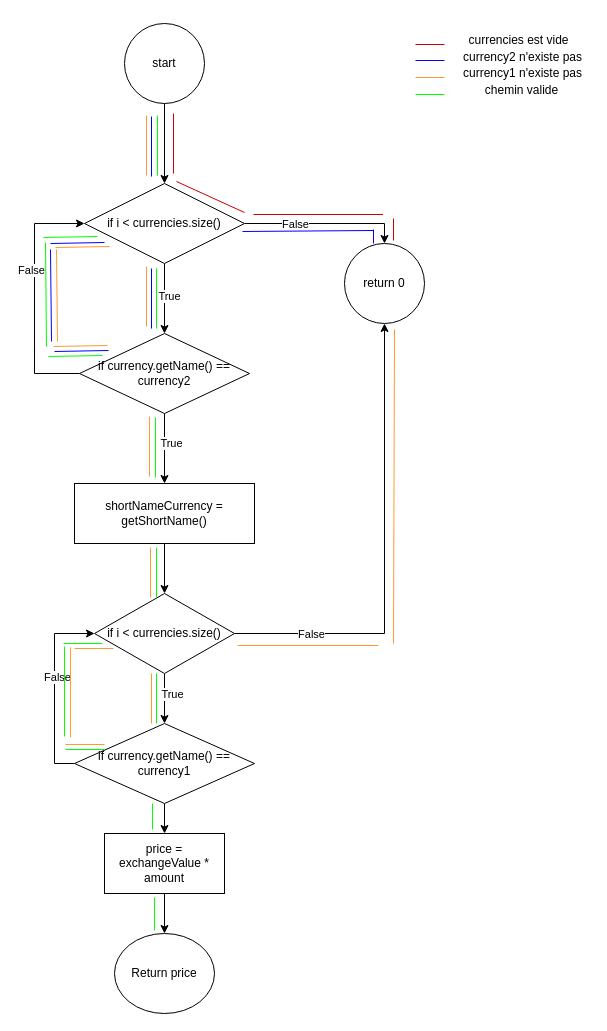
Before: MainWindowConvert.drawio in 3nabla3/TP4_3913, a draw.io diagram. Source tidied: cells renumbered, new cells numbered last; positions are measured from the earlier drawing's top-left corner, leaving out a move shared by most shapes. Both pictures are drawn from the tidied source at 100%, with x=0, y=0 at pixel (34, 23).
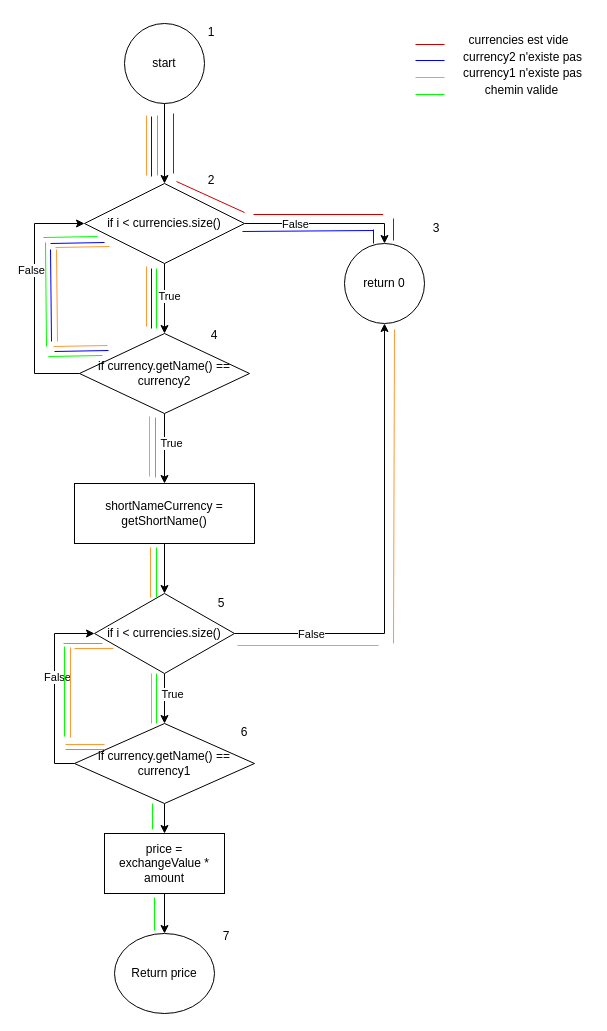
Above is the later version.

Change to the diagram source:
```diff
@@
+    <mxCell id="74" value="1" style="text;html=1;strokeColor=none;fillColor=none;align=center;verticalAlign=middle;whiteSpace=wrap;rounded=0;" parent="1" vertex="1">
+      <mxGeometry x="147" y="-6" width="60" height="30" as="geometry" />
+    </mxCell>
+    <mxCell id="75" value="2" style="text;html=1;strokeColor=none;fillColor=none;align=center;verticalAlign=middle;whiteSpace=wrap;rounded=0;" parent="1" vertex="1">
+      <mxGeometry x="147" y="142" width="60" height="30" as="geometry" />
+    </mxCell>
+    <mxCell id="76" value="3" style="text;html=1;strokeColor=none;fillColor=none;align=center;verticalAlign=middle;whiteSpace=wrap;rounded=0;" parent="1" vertex="1">
+      <mxGeometry x="372" y="190" width="60" height="30" as="geometry" />
+    </mxCell>
+    <mxCell id="77" value="4" style="text;html=1;strokeColor=none;fillColor=none;align=center;verticalAlign=middle;whiteSpace=wrap;rounded=0;" parent="1" vertex="1">
+      <mxGeometry x="150" y="297" width="60" height="30" as="geometry" />
+    </mxCell>
+    <mxCell id="78" value="5" style="text;html=1;strokeColor=none;fillColor=none;align=center;verticalAlign=middle;whiteSpace=wrap;rounded=0;" parent="1" vertex="1">
+      <mxGeometry x="157" y="565" width="60" height="30" as="geometry" />
+    </mxCell>
+    <mxCell id="79" value="6" style="text;html=1;strokeColor=none;fillColor=none;align=center;verticalAlign=middle;whiteSpace=wrap;rounded=0;" parent="1" vertex="1">
+      <mxGeometry x="180" y="694" width="60" height="30" as="geometry" />
+    </mxCell>
+    <mxCell id="80" value="7" style="text;html=1;strokeColor=none;fillColor=none;align=center;verticalAlign=middle;whiteSpace=wrap;rounded=0;" parent="1" vertex="1">
+      <mxGeometry x="162" y="898" width="60" height="30" as="geometry" />
+    </mxCell>
```
